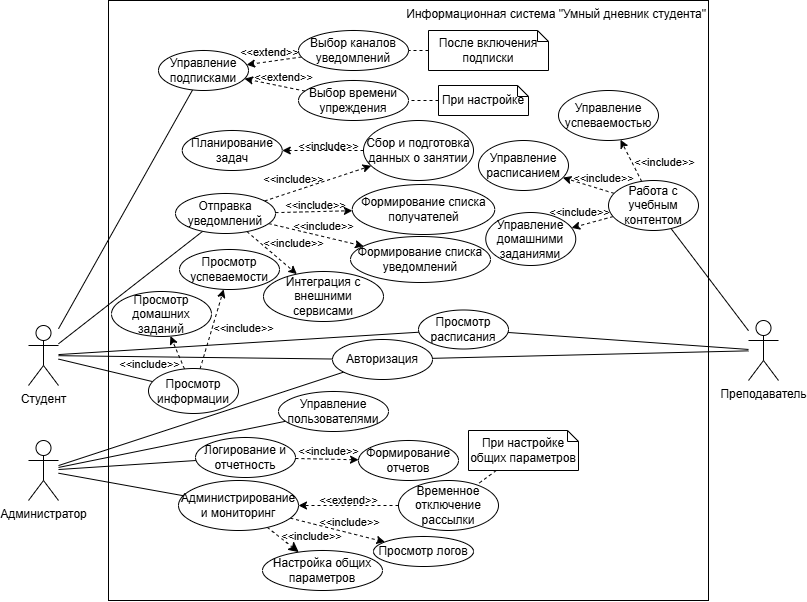
Before: 6 семестр/Проектирование информационных систем/Практическая работа №2/ДиаграммаПрецедентов.drawio.png, a diagram exported from draw.io (DrTECHNIC/RTU_MIREA). Source tidied: cells renumbered, new cells last; positions are measured from the earlier drawing's top-left corner, leaving out a move shared by most shapes.
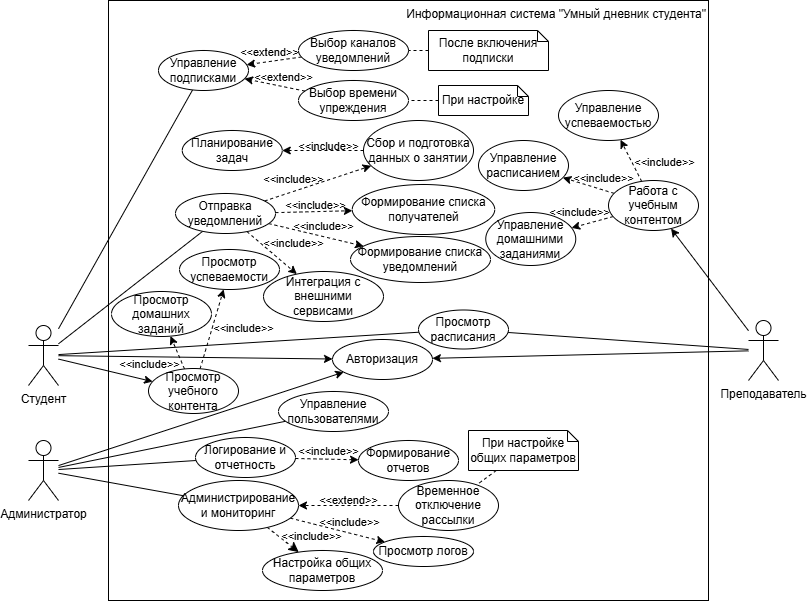
Above is the later version.

Change to the diagram source:
```diff
@@ -8,13 +8,13 @@
     <mxCell id="3" style="edgeStyle=none;rounded=0;jettySize=auto;html=1;endArrow=none;endFill=0;" parent="1" edge="1" source="7" target="17">
       <mxGeometry relative="1" as="geometry" />
     </mxCell>
-    <mxCell id="4" style="edgeStyle=none;rounded=0;jettySize=auto;html=1;endArrow=none;endFill=0;" parent="1" edge="1" source="7" target="61">
+    <mxCell id="4" style="edgeStyle=none;rounded=0;jettySize=auto;html=1;endArrow=classic;endFill=1;" parent="1" edge="1" source="7" target="61">
       <mxGeometry relative="1" as="geometry" />
     </mxCell>
     <mxCell id="5" style="edgeStyle=none;rounded=0;jettySize=auto;html=1;endArrow=none;endFill=0;" parent="1" edge="1" source="7" target="63">
       <mxGeometry relative="1" as="geometry" />
     </mxCell>
-    <mxCell id="6" style="edgeStyle=none;rounded=0;jettySize=auto;html=1;endArrow=none;endFill=0;" parent="1" edge="1" source="7" target="80">
+    <mxCell id="6" style="edgeStyle=none;rounded=0;jettySize=auto;html=1;endArrow=classic;endFill=1;" parent="1" edge="1" source="7" target="80">
       <mxGeometry relative="1" as="geometry" />
     </mxCell>
     <mxCell id="7" value="Студент" style="shape=umlActor;verticalLabelPosition=bottom;verticalAlign=top;html=1;outlineConnect=0;" parent="1" vertex="1">
@@ -26,7 +26,7 @@
     <mxCell id="9" style="edgeStyle=none;rounded=0;jettySize=auto;html=1;endArrow=none;endFill=0;" parent="1" edge="1" source="12" target="36">
       <mxGeometry relative="1" as="geometry" />
     </mxCell>
-    <mxCell id="10" style="rounded=0;jettySize=auto;html=1;endArrow=none;endFill=0;" parent="1" edge="1" source="12" target="61">
+    <mxCell id="10" style="rounded=0;jettySize=auto;html=1;endArrow=classic;endFill=1;" parent="1" edge="1" source="12" target="61">
       <mxGeometry relative="1" as="geometry" />
     </mxCell>
     <mxCell id="11" style="rounded=0;jettySize=auto;html=1;endArrow=none;endFill=0;" parent="1" edge="1" source="12" target="68">
@@ -35,13 +35,13 @@
     <mxCell id="12" value="Администратор" style="shape=umlActor;verticalLabelPosition=bottom;verticalAlign=top;html=1;outlineConnect=0;" parent="1" vertex="1">
       <mxGeometry y="440" width="30" height="60" as="geometry" />
     </mxCell>
-    <mxCell id="13" style="edgeStyle=none;rounded=0;jettySize=auto;html=1;endArrow=none;endFill=0;" parent="1" edge="1" source="16" target="61">
+    <mxCell id="13" style="edgeStyle=none;rounded=0;jettySize=auto;html=1;endArrow=classic;endFill=1;" parent="1" edge="1" source="16" target="61">
       <mxGeometry relative="1" as="geometry" />
     </mxCell>
     <mxCell id="14" style="edgeStyle=none;rounded=0;jettySize=auto;html=1;endArrow=none;endFill=0;" parent="1" edge="1" source="16" target="63">
       <mxGeometry relative="1" as="geometry" />
     </mxCell>
-    <mxCell id="15" style="rounded=0;jettySize=auto;html=1;endArrow=none;endFill=0;" parent="1" edge="1" source="16" target="75">
+    <mxCell id="15" style="rounded=0;jettySize=auto;html=1;endArrow=classic;endFill=1;" parent="1" edge="1" source="16" target="75">
       <mxGeometry relative="1" as="geometry" />
     </mxCell>
     <mxCell id="16" value="Преподаватель" style="shape=umlActor;verticalLabelPosition=bottom;verticalAlign=top;html=1;outlineConnect=0;" parent="1" vertex="1">
@@ -268,7 +268,7 @@
         <mxPoint x="-32" y="6" as="offset" />
       </mxGeometry>
     </mxCell>
-    <mxCell id="80" value="Просмотр информации" style="ellipse;whiteSpace=wrap;html=1;" parent="1" vertex="1">
+    <mxCell id="80" value="Просмотр учебного контента" style="ellipse;whiteSpace=wrap;html=1;" parent="1" vertex="1">
       <mxGeometry x="120" y="368" width="90" height="45" as="geometry" />
     </mxCell>
   </root>
```
